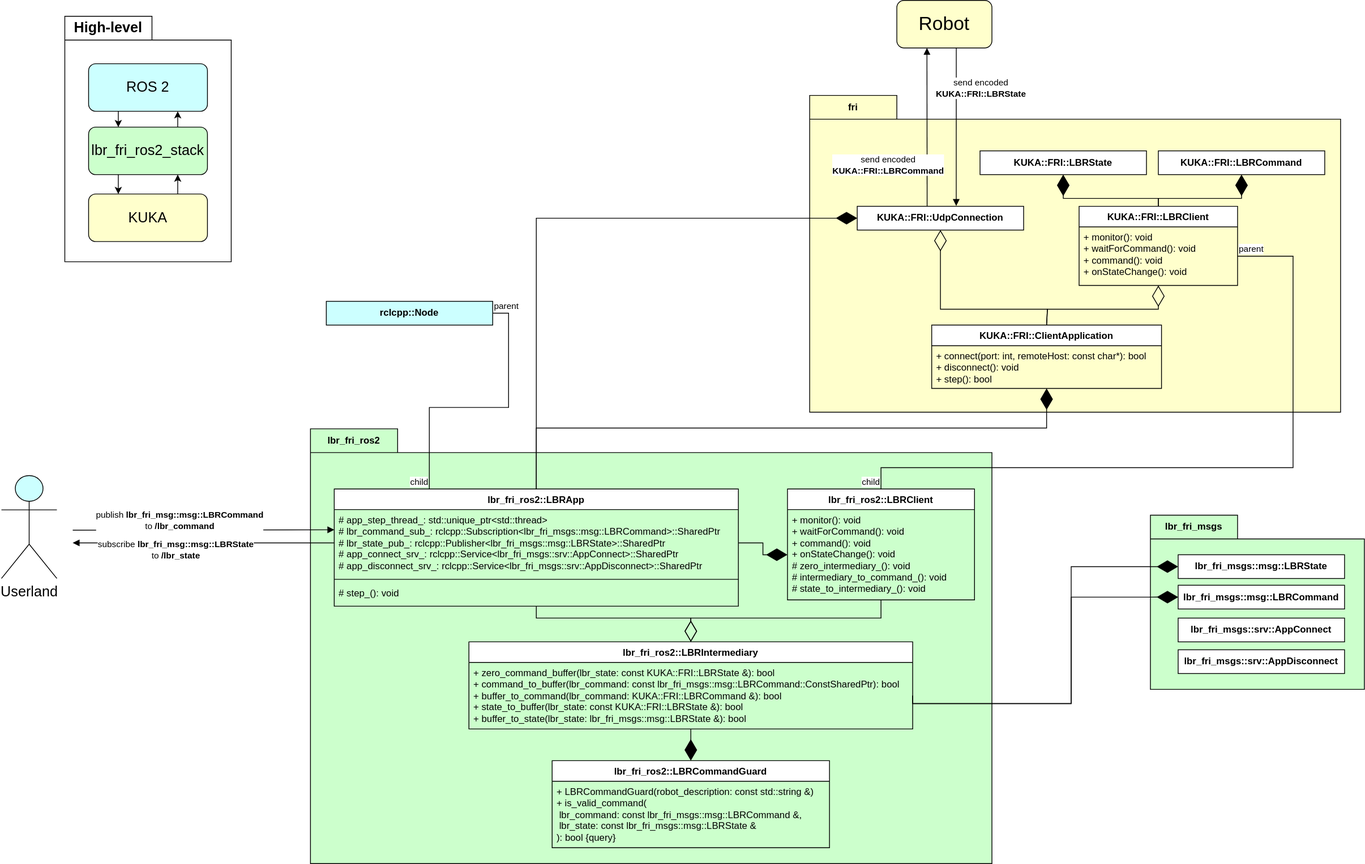
The draw.io diagram lbr_fri_ros2/doc/img/lbr_fri_ros2.drawio.svg in lbr-stack/lbr_fri_ros2_stack, before a commit. Source tidied: cells renumbered, new cells last; positions are measured from the earlier drawing's top-left corner, leaving out a move shared by most shapes.
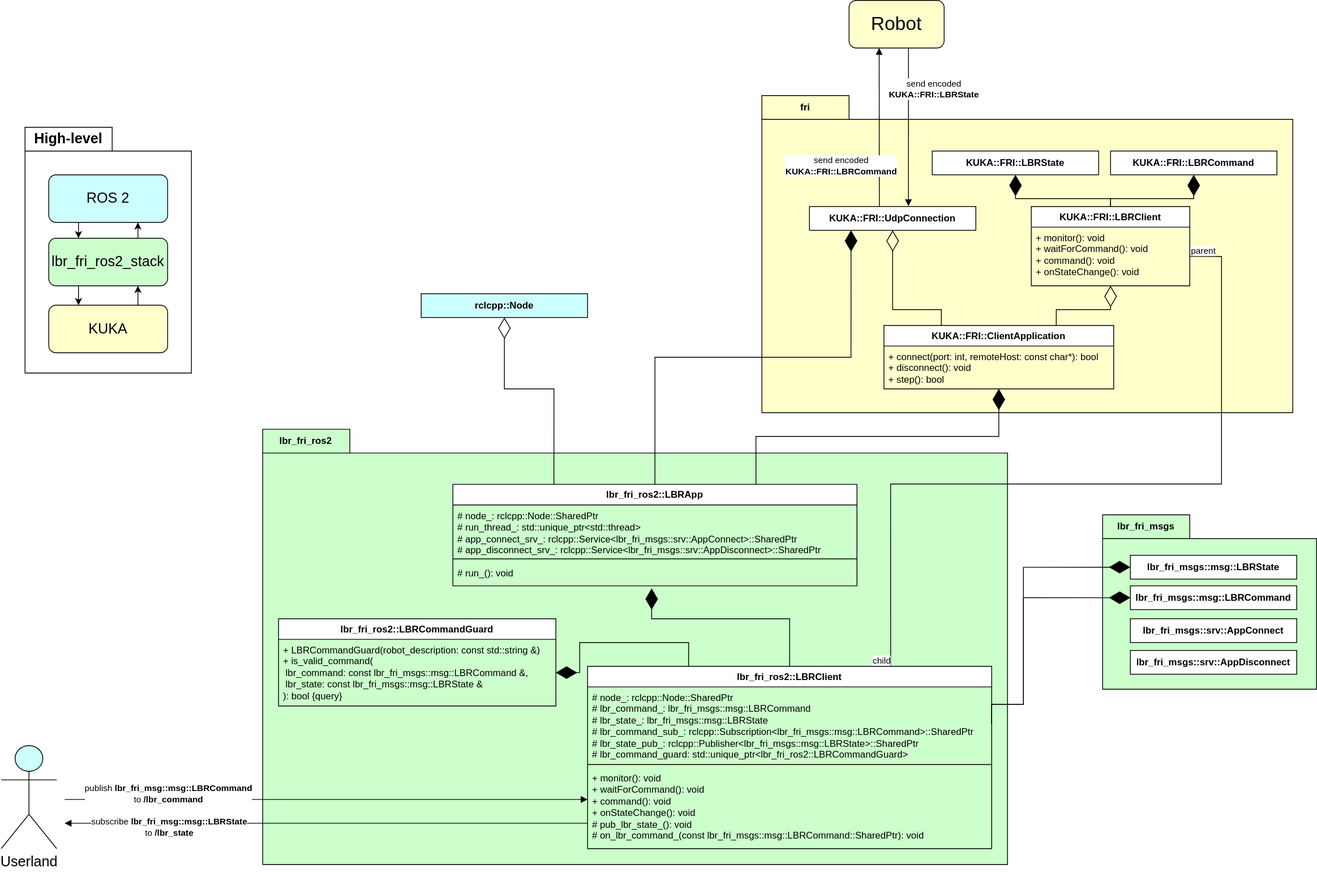
Later version of the same file.

What changed in the source:
```diff
@@ -5,6 +5,6 @@
     <mxCell id="2" value="lbr_fri_msgs" style="shape=folder;fontStyle=1;tabWidth=110;tabHeight=30;tabPosition=left;html=1;boundedLbl=1;labelInHeader=1;whiteSpace=wrap;fillColor=#CCFFCC;" parent="1" vertex="1">
-      <mxGeometry x="1450" y="650" width="270" height="220" as="geometry" />
+      <mxGeometry x="1450" y="649" width="270" height="220" as="geometry" />
     </mxCell>
     <mxCell id="3" value="lbr_fri_ros2" style="shape=folder;fontStyle=1;tabWidth=110;tabHeight=30;tabPosition=left;html=1;boundedLbl=1;labelInHeader=1;whiteSpace=wrap;fillColor=#CCFFCC;" parent="1" vertex="1">
-      <mxGeometry x="390" y="541" width="860" height="549" as="geometry" />
+      <mxGeometry x="390" y="541" width="940" height="549" as="geometry" />
     </mxCell>
@@ -35,7 +35,6 @@
     </mxCell>
-    <mxCell id="11" style="endArrow=diamondThin;endFill=0;endSize=24;html=1;rounded=0;entryX=0.5;entryY=1;entryDx=0;entryDy=0;exitX=0.5;exitY=0;exitDx=0;exitDy=0;edgeStyle=orthogonalEdgeStyle;" parent="5" edge="1" source="21" target="10">
+    <mxCell id="11" style="endArrow=diamondThin;endFill=0;endSize=24;html=1;rounded=0;entryX=0.5;entryY=1;entryDx=0;entryDy=0;exitX=0.25;exitY=0;exitDx=0;exitDy=0;edgeStyle=orthogonalEdgeStyle;" parent="5" edge="1" source="21" target="10">
       <mxGeometry relative="1" as="geometry">
         <Array as="points">
-          <mxPoint x="300" y="350" />
-          <mxPoint x="300" y="330" />
+          <mxPoint x="227" y="330" />
           <mxPoint x="165" y="330" />
@@ -66,7 +65,6 @@
     </mxCell>
-    <mxCell id="16" style="endArrow=diamondThin;endFill=0;endSize=24;html=1;rounded=0;entryX=0.5;entryY=1;entryDx=0;entryDy=0;exitX=0.5;exitY=0;exitDx=0;exitDy=0;edgeStyle=orthogonalEdgeStyle;" parent="5" edge="1" source="21" target="12">
+    <mxCell id="16" style="endArrow=diamondThin;endFill=0;endSize=24;html=1;rounded=0;entryX=0.5;entryY=1;entryDx=0;entryDy=0;exitX=0.75;exitY=0;exitDx=0;exitDy=0;edgeStyle=orthogonalEdgeStyle;" parent="5" edge="1" source="21" target="12">
       <mxGeometry relative="1" as="geometry">
         <Array as="points">
-          <mxPoint x="300" y="350" />
-          <mxPoint x="300" y="330" />
+          <mxPoint x="372" y="330" />
           <mxPoint x="440" y="330" />
@@ -103,16 +101,4 @@
     </mxCell>
-    <mxCell id="23" value="lbr_fri_ros2::LBRClient" style="swimlane;fontStyle=1;align=center;verticalAlign=top;horizontal=1;startSize=26;whiteSpace=wrap;html=1;" parent="1" vertex="1">
-      <mxGeometry x="992" y="617" width="236" height="140" as="geometry" />
-    </mxCell>
-    <mxCell id="24" value="&lt;div&gt;+ monitor(): void&lt;br&gt;&lt;/div&gt;&lt;div&gt;+ waitForCommand(): void&lt;br&gt;&lt;/div&gt;&lt;div&gt;+ command(): void&lt;br&gt;&lt;/div&gt;&lt;div&gt;+ onStateChange(): void&lt;br&gt;&lt;/div&gt;&lt;div&gt;# zero_intermediary_(): void&lt;/div&gt;&lt;div&gt;# intermediary_to_command_(): void&lt;/div&gt;&lt;div&gt;# state_to_intermediary_(): void&lt;br&gt;&lt;/div&gt;" style="text;strokeColor=none;fillColor=none;align=left;verticalAlign=top;spacingLeft=4;spacingRight=4;overflow=hidden;points=[[0,0.5],[1,0.5]];portConstraint=eastwest;whiteSpace=wrap;html=1;" parent="23" vertex="1">
-      <mxGeometry y="26" width="236" height="114" as="geometry" />
-    </mxCell>
-    <mxCell id="25" value="lbr_fri_ros2::LBRIntermediary" style="swimlane;fontStyle=1;align=center;verticalAlign=top;horizontal=1;startSize=26;whiteSpace=wrap;html=1;" parent="1" vertex="1">
-      <mxGeometry x="590" y="810" width="560" height="110" as="geometry" />
-    </mxCell>
-    <mxCell id="26" value="+ zero_command_buffer(lbr_state: const KUKA::FRI::LBRState &amp;amp;): bool&lt;div&gt;+ command_to_buffer(lbr_command: const lbr_fri_msgs::msg::LBRCommand::ConstSharedPtr): bool&lt;/div&gt;&lt;div&gt;+ buffer_to_command(lbr_command: KUKA::FRI::LBRCommand &amp;amp;): bool&lt;/div&gt;&lt;div&gt;+ state_to_buffer(lbr_state: const KUKA::FRI::LBRState &amp;amp;): bool&lt;/div&gt;&lt;div&gt;+ buffer_to_state(lbr_state: lbr_fri_msgs::msg::LBRState &amp;amp;): bool&lt;br&gt;&lt;/div&gt;" style="text;strokeColor=none;fillColor=none;align=left;verticalAlign=top;spacingLeft=4;spacingRight=4;overflow=hidden;points=[[0,0.5],[1,0.5]];portConstraint=eastwest;whiteSpace=wrap;html=1;" parent="25" vertex="1">
-      <mxGeometry y="26" width="560" height="84" as="geometry" />
-    </mxCell>
     <mxCell id="27" value="lbr_fri_ros2::LBRCommandGuard" style="swimlane;fontStyle=1;align=center;verticalAlign=top;horizontal=1;startSize=26;whiteSpace=wrap;html=1;" parent="1" vertex="1">
-      <mxGeometry x="695" y="960" width="350" height="110" as="geometry" />
+      <mxGeometry x="410" y="780" width="350" height="110" as="geometry" />
     </mxCell>
@@ -121,8 +107,8 @@
     </mxCell>
-    <mxCell id="29" style="endArrow=none;html=1;edgeStyle=orthogonalEdgeStyle;rounded=0;entryX=0.5;entryY=0;entryDx=0;entryDy=0;exitX=1;exitY=0.5;exitDx=0;exitDy=0;" parent="1" edge="1" source="13" target="23">
+    <mxCell id="29" style="endArrow=none;html=1;edgeStyle=orthogonalEdgeStyle;rounded=0;entryX=0.75;entryY=0;entryDx=0;entryDy=0;exitX=1;exitY=0.5;exitDx=0;exitDy=0;" parent="1" edge="1" source="13" target="23">
       <mxGeometry relative="1" as="geometry">
         <Array as="points">
-          <mxPoint x="1630" y="323" />
-          <mxPoint x="1630" y="590" />
-          <mxPoint x="1110" y="590" />
+          <mxPoint x="1600" y="323" />
+          <mxPoint x="1600" y="610" />
+          <mxPoint x="1183" y="610" />
         </Array>
@@ -136,10 +122,10 @@
     </mxCell>
-    <mxCell id="32" style="endArrow=diamondThin;endFill=1;endSize=24;html=1;rounded=0;exitX=0.5;exitY=0;exitDx=0;exitDy=0;edgeStyle=orthogonalEdgeStyle;entryX=0;entryY=0.5;entryDx=0;entryDy=0;" parent="1" edge="1" source="44" target="10">
+    <mxCell id="32" style="endArrow=diamondThin;endFill=1;endSize=24;html=1;rounded=0;exitX=0.5;exitY=0;exitDx=0;exitDy=0;edgeStyle=orthogonalEdgeStyle;entryX=0.25;entryY=1;entryDx=0;entryDy=0;" parent="1" edge="1" source="44" target="10">
       <mxGeometry relative="1" as="geometry" />
     </mxCell>
-    <mxCell id="33" style="endArrow=diamondThin;endFill=1;endSize=24;html=1;rounded=0;exitX=0.5;exitY=0;exitDx=0;exitDy=0;edgeStyle=orthogonalEdgeStyle;entryX=0.5;entryY=1;entryDx=0;entryDy=0;" parent="1" edge="1" source="44" target="21">
+    <mxCell id="33" style="endArrow=diamondThin;endFill=1;endSize=24;html=1;rounded=0;exitX=0.75;exitY=0;exitDx=0;exitDy=0;edgeStyle=orthogonalEdgeStyle;entryX=0.5;entryY=1;entryDx=0;entryDy=0;" parent="1" edge="1" source="44" target="21">
       <mxGeometry relative="1" as="geometry">
         <Array as="points">
-          <mxPoint x="675" y="540" />
-          <mxPoint x="1319" y="540" />
+          <mxPoint x="1013" y="550" />
+          <mxPoint x="1319" y="550" />
         </Array>
@@ -147,25 +133,3 @@
     </mxCell>
-    <mxCell id="34" style="endArrow=diamondThin;endFill=1;endSize=24;html=1;rounded=0;exitX=1;exitY=0.5;exitDx=0;exitDy=0;entryX=0;entryY=0.5;entryDx=0;entryDy=0;edgeStyle=orthogonalEdgeStyle;" parent="1" edge="1" source="45" target="24">
-      <mxGeometry relative="1" as="geometry" />
-    </mxCell>
-    <mxCell id="35" style="endArrow=diamondThin;endFill=1;endSize=24;html=1;rounded=0;exitX=0.5;exitY=1;exitDx=0;exitDy=0;entryX=0.5;entryY=0;entryDx=0;entryDy=0;" parent="1" edge="1" source="25" target="27">
-      <mxGeometry relative="1" as="geometry" />
-    </mxCell>
-    <mxCell id="36" style="endArrow=diamondThin;endFill=0;endSize=24;html=1;rounded=0;entryX=0.5;entryY=0;entryDx=0;entryDy=0;exitX=0.5;exitY=1;exitDx=0;exitDy=0;edgeStyle=orthogonalEdgeStyle;" parent="1" edge="1" source="23" target="25">
-      <mxGeometry relative="1" as="geometry">
-        <Array as="points">
-          <mxPoint x="1110" y="780" />
-          <mxPoint x="870" y="780" />
-        </Array>
-      </mxGeometry>
-    </mxCell>
-    <mxCell id="37" style="endArrow=diamondThin;endFill=0;endSize=24;html=1;rounded=0;exitX=0.5;exitY=1;exitDx=0;exitDy=0;edgeStyle=orthogonalEdgeStyle;entryX=0.5;entryY=0;entryDx=0;entryDy=0;" parent="1" edge="1" source="44" target="25">
-      <mxGeometry relative="1" as="geometry">
-        <Array as="points">
-          <mxPoint x="675" y="780" />
-          <mxPoint x="870" y="780" />
-        </Array>
-      </mxGeometry>
-    </mxCell>
-    <mxCell id="38" style="endArrow=diamondThin;endFill=1;endSize=24;html=1;rounded=0;exitX=1;exitY=0.5;exitDx=0;exitDy=0;edgeStyle=orthogonalEdgeStyle;entryX=0;entryY=0.5;entryDx=0;entryDy=0;" parent="1" edge="1" source="26" target="56">
+    <mxCell id="38" style="endArrow=diamondThin;endFill=1;endSize=24;html=1;rounded=0;exitX=1;exitY=0.5;exitDx=0;exitDy=0;edgeStyle=orthogonalEdgeStyle;entryX=0;entryY=0.5;entryDx=0;entryDy=0;" parent="1" edge="1" source="70" target="56">
       <mxGeometry relative="1" as="geometry">
@@ -177,3 +141,3 @@
     </mxCell>
-    <mxCell id="39" style="endArrow=diamondThin;endFill=1;endSize=24;html=1;rounded=0;exitX=1;exitY=0.5;exitDx=0;exitDy=0;edgeStyle=orthogonalEdgeStyle;entryX=0;entryY=0.5;entryDx=0;entryDy=0;" parent="1" edge="1" source="26" target="55">
+    <mxCell id="39" style="endArrow=diamondThin;endFill=1;endSize=24;html=1;rounded=0;edgeStyle=orthogonalEdgeStyle;entryX=0;entryY=0.5;entryDx=0;entryDy=0;exitX=1;exitY=0.5;exitDx=0;exitDy=0;" parent="1" edge="1" source="70" target="55">
       <mxGeometry relative="1" as="geometry">
@@ -185,37 +149,21 @@
     </mxCell>
-    <mxCell id="40" style="endArrow=none;html=1;edgeStyle=orthogonalEdgeStyle;rounded=0;entryX=0.235;entryY=-0.001;entryDx=0;entryDy=0;exitX=1;exitY=0.5;exitDx=0;exitDy=0;entryPerimeter=0;" parent="1" edge="1" source="43" target="44">
-      <mxGeometry relative="1" as="geometry">
-        <Array as="points">
-          <mxPoint x="640" y="395" />
-          <mxPoint x="640" y="514" />
-          <mxPoint x="540" y="514" />
-          <mxPoint x="540" y="620" />
-        </Array>
-      </mxGeometry>
-    </mxCell>
-    <mxCell id="41" value="parent" style="edgeLabel;html=1;align=left;verticalAlign=bottom;" parent="40" vertex="1">
-      <mxGeometry x="-1" relative="1" as="geometry" />
-    </mxCell>
-    <mxCell id="42" value="child" style="edgeLabel;html=1;align=right;verticalAlign=bottom;" parent="40" vertex="1">
-      <mxGeometry x="1" relative="1" as="geometry" />
-    </mxCell>
     <mxCell id="43" value="&lt;b&gt;rclcpp::Node&lt;/b&gt;" style="rounded=0;whiteSpace=wrap;html=1;fillColor=#CCFFFF;" parent="1" vertex="1">
-      <mxGeometry x="410" y="380" width="210" height="30" as="geometry" />
+      <mxGeometry x="590" y="370" width="210" height="30" as="geometry" />
     </mxCell>
     <mxCell id="44" value="lbr_fri_ros2::LBRApp" style="swimlane;fontStyle=1;align=center;verticalAlign=top;horizontal=1;startSize=26;whiteSpace=wrap;html=1;fillColor=#FFFFFF;" parent="1" vertex="1">
-      <mxGeometry x="420" y="617" width="510" height="148" as="geometry" />
+      <mxGeometry x="630" y="610.5" width="510" height="128" as="geometry" />
     </mxCell>
-    <mxCell id="45" value="&lt;div&gt;# app_step_thread_: std::unique_ptr&amp;lt;std::thread&amp;gt;&lt;/div&gt;&lt;div&gt;# lbr_command_sub_: rclcpp::Subscription&amp;lt;lbr_fri_msgs::msg::LBRCommand&amp;gt;::SharedPtr&lt;/div&gt;&lt;div&gt;# lbr_state_pub_: rclcpp::Publisher&amp;lt;lbr_fri_msgs::msg::LBRState&amp;gt;::SharedPtr&lt;/div&gt;&lt;div&gt;# app_connect_srv_: rclcpp::Service&amp;lt;lbr_fri_msgs::srv::AppConnect&amp;gt;::SharedPtr&lt;/div&gt;&lt;div&gt;# app_disconnect_srv_: rclcpp::Service&amp;lt;lbr_fri_msgs::srv::AppDisconnect&amp;gt;::SharedPtr&lt;/div&gt;" style="text;strokeColor=none;fillColor=none;align=left;verticalAlign=top;spacingLeft=4;spacingRight=4;overflow=hidden;points=[[0,0.5],[1,0.5]];portConstraint=eastwest;whiteSpace=wrap;html=1;" parent="44" vertex="1">
-      <mxGeometry y="26" width="510" height="84" as="geometry" />
+    <mxCell id="45" value="&lt;div&gt;# node_: rclcpp::Node::SharedPtr&lt;br&gt;&lt;/div&gt;&lt;div&gt;# run_thread_: std::unique_ptr&amp;lt;std::thread&amp;gt;&lt;/div&gt;&lt;div&gt;# app_connect_srv_: rclcpp::Service&amp;lt;lbr_fri_msgs::srv::AppConnect&amp;gt;::SharedPtr&lt;/div&gt;&lt;div&gt;# app_disconnect_srv_: rclcpp::Service&amp;lt;lbr_fri_msgs::srv::AppDisconnect&amp;gt;::SharedPtr&lt;/div&gt;" style="text;strokeColor=none;fillColor=none;align=left;verticalAlign=top;spacingLeft=4;spacingRight=4;overflow=hidden;points=[[0,0.5],[1,0.5]];portConstraint=eastwest;whiteSpace=wrap;html=1;" parent="44" vertex="1">
+      <mxGeometry y="26" width="510" height="64" as="geometry" />
     </mxCell>
     <mxCell id="46" style="line;strokeWidth=1;fillColor=none;align=left;verticalAlign=middle;spacingTop=-1;spacingLeft=3;spacingRight=3;labelPosition=right;strokeColor=inherit;" parent="44" vertex="1">
-      <mxGeometry y="110" width="510" height="8" as="geometry" />
+      <mxGeometry y="90" width="510" height="8" as="geometry" />
     </mxCell>
-    <mxCell id="47" value="&lt;div&gt;# step_(): void&lt;/div&gt;&lt;div&gt;&lt;table class=&quot;highlight tab-size js-file-line-container js-code-nav-container js-tagsearch-file&quot;&gt;&lt;tbody&gt;&lt;tr&gt;&lt;td class=&quot;blob-code blob-code-inner js-file-line&quot; id=&quot;LC77&quot;&gt;&lt;br&gt;&lt;/td&gt;&lt;/tr&gt;&lt;tr&gt;&lt;/tr&gt;&lt;/tbody&gt;&lt;/table&gt;&lt;/div&gt;" style="text;strokeColor=none;fillColor=none;align=left;verticalAlign=top;spacingLeft=4;spacingRight=4;overflow=hidden;points=[[0,0.5],[1,0.5]];portConstraint=eastwest;whiteSpace=wrap;html=1;" parent="44" vertex="1">
-      <mxGeometry y="118" width="510" height="30" as="geometry" />
+    <mxCell id="47" value="&lt;div&gt;# run_(): void&lt;/div&gt;&lt;div&gt;&lt;table class=&quot;highlight tab-size js-file-line-container js-code-nav-container js-tagsearch-file&quot;&gt;&lt;tbody&gt;&lt;tr&gt;&lt;td class=&quot;blob-code blob-code-inner js-file-line&quot; id=&quot;LC77&quot;&gt;&lt;br&gt;&lt;/td&gt;&lt;/tr&gt;&lt;tr&gt;&lt;/tr&gt;&lt;/tbody&gt;&lt;/table&gt;&lt;/div&gt;" style="text;strokeColor=none;fillColor=none;align=left;verticalAlign=top;spacingLeft=4;spacingRight=4;overflow=hidden;points=[[0,0.5],[1,0.5]];portConstraint=eastwest;whiteSpace=wrap;html=1;" parent="44" vertex="1">
+      <mxGeometry y="98" width="510" height="30" as="geometry" />
     </mxCell>
-    <mxCell id="48" style="html=1;verticalAlign=bottom;labelBackgroundColor=none;endArrow=block;endFill=1;rounded=0;exitX=0.382;exitY=0.001;exitDx=0;exitDy=0;exitPerimeter=0;" parent="1" edge="1">
+    <mxCell id="48" style="html=1;verticalAlign=bottom;labelBackgroundColor=none;endArrow=block;endFill=1;rounded=0;" parent="1" edge="1">
       <mxGeometry relative="1" as="geometry">
-        <mxPoint x="420" y="685" as="sourcePoint" />
-        <mxPoint x="90" y="685" as="targetPoint" />
+        <mxPoint x="800" y="1038" as="sourcePoint" />
+        <mxPoint x="140" y="1038" as="targetPoint" />
       </mxGeometry>
@@ -224,3 +172,3 @@
       <mxGeometry x="0.21" y="-2" relative="1" as="geometry">
-        <mxPoint y="11" as="offset" />
+        <mxPoint x="-129" y="6" as="offset" />
       </mxGeometry>
@@ -229,4 +177,4 @@
       <mxGeometry relative="1" as="geometry">
-        <mxPoint x="90" y="669" as="sourcePoint" />
-        <mxPoint x="420" y="668.5" as="targetPoint" />
+        <mxPoint x="140" y="1008" as="sourcePoint" />
+        <mxPoint x="800" y="1008" as="targetPoint" />
       </mxGeometry>
@@ -235,3 +183,3 @@
       <mxGeometry x="0.21" y="-2" relative="1" as="geometry">
-        <mxPoint x="-66" y="-14" as="offset" />
+        <mxPoint x="-270" y="-10" as="offset" />
       </mxGeometry>
@@ -256,3 +204,3 @@
     <mxCell id="57" value="&lt;font style=&quot;font-size: 18px;&quot;&gt;Userland&lt;/font&gt;" style="shape=umlActor;verticalLabelPosition=bottom;verticalAlign=top;html=1;fillColor=#CCFFFF;" parent="1" vertex="1">
-      <mxGeometry y="600" width="70" height="130" as="geometry" />
+      <mxGeometry x="60" y="940" width="70" height="130" as="geometry" />
     </mxCell>
@@ -262,3 +210,3 @@
     <mxCell id="59" style="group;" parent="1" vertex="1">
-      <mxGeometry x="80" y="20" width="210" height="310" as="geometry" />
+      <mxGeometry x="90" y="160" width="210" height="310" as="geometry" />
     </mxCell>
@@ -288,2 +236,39 @@
     </mxCell>
+    <mxCell id="68" style="endArrow=diamondThin;endFill=1;endSize=24;html=1;rounded=0;edgeStyle=orthogonalEdgeStyle;exitX=0.25;exitY=0;exitDx=0;exitDy=0;entryX=1;entryY=0.5;entryDx=0;entryDy=0;" parent="1" edge="1" source="23" target="28">
+      <mxGeometry relative="1" as="geometry">
+        <Array as="points">
+          <mxPoint x="928" y="810" />
+          <mxPoint x="790" y="810" />
+          <mxPoint x="790" y="848" />
+        </Array>
+      </mxGeometry>
+    </mxCell>
+    <mxCell id="69" style="endArrow=diamondThin;endFill=0;endSize=24;html=1;rounded=0;exitX=0.25;exitY=0;exitDx=0;exitDy=0;edgeStyle=orthogonalEdgeStyle;entryX=0.5;entryY=1;entryDx=0;entryDy=0;" parent="1" edge="1" source="44" target="43">
+      <mxGeometry relative="1" as="geometry">
+        <Array as="points">
+          <mxPoint x="758" y="490" />
+          <mxPoint x="695" y="490" />
+        </Array>
+      </mxGeometry>
+    </mxCell>
+    <mxCell id="23" value="lbr_fri_ros2::LBRClient" style="swimlane;fontStyle=1;align=center;verticalAlign=top;horizontal=1;startSize=26;whiteSpace=wrap;html=1;" parent="1" vertex="1">
+      <mxGeometry x="800" y="840" width="510" height="230" as="geometry" />
+    </mxCell>
+    <mxCell id="70" value="&lt;div&gt;&lt;div&gt;# node_: rclcpp::Node::SharedPtr&lt;/div&gt;&lt;div&gt;# lbr_command_: lbr_fri_msgs::msg::LBRCommand&lt;/div&gt;&lt;div&gt;# lbr_state_: lbr_fri_msgs::msg::LBRState&lt;/div&gt;&lt;/div&gt;&lt;div&gt;# lbr_command_sub_: rclcpp::Subscription&amp;lt;lbr_fri_msgs::msg::LBRCommand&amp;gt;::SharedPtr&lt;/div&gt;&lt;div&gt;# lbr_state_pub_: rclcpp::Publisher&amp;lt;lbr_fri_msgs::msg::LBRState&amp;gt;::SharedPtr&lt;/div&gt;&lt;div&gt;# lbr_command_guard: std::unique_ptr&amp;lt;lbr_fri_ros2::LBRCommandGuard&amp;gt;&lt;br&gt;&lt;/div&gt;" style="text;strokeColor=none;fillColor=none;align=left;verticalAlign=top;spacingLeft=4;spacingRight=4;overflow=hidden;points=[[0,0.5],[1,0.5]];portConstraint=eastwest;whiteSpace=wrap;html=1;" parent="23" vertex="1">
+      <mxGeometry y="26" width="510" height="94" as="geometry" />
+    </mxCell>
+    <mxCell id="71" style="line;strokeWidth=1;fillColor=none;align=left;verticalAlign=middle;spacingTop=-1;spacingLeft=3;spacingRight=3;labelPosition=right;strokeColor=inherit;" parent="23" vertex="1">
+      <mxGeometry y="120" width="510" height="8" as="geometry" />
+    </mxCell>
+    <mxCell id="72" value="&lt;div&gt;+ monitor(): void&lt;br&gt;&lt;/div&gt;&lt;div&gt;+ waitForCommand(): void&lt;br&gt;&lt;/div&gt;&lt;div&gt;+ command(): void&lt;br&gt;&lt;/div&gt;&lt;div&gt;+ onStateChange(): void&lt;/div&gt;&lt;div&gt;# pub_lbr_state_(): void&lt;br&gt;# on_lbr_command_(const lbr_fri_msgs::msg::LBRCommand::SharedPtr): void&lt;br&gt;&lt;/div&gt;" style="text;strokeColor=none;fillColor=none;align=left;verticalAlign=top;spacingLeft=4;spacingRight=4;overflow=hidden;whiteSpace=wrap;html=1;" parent="23" vertex="1">
+      <mxGeometry y="128" width="510" height="102" as="geometry" />
+    </mxCell>
+    <mxCell id="73" style="endArrow=diamondThin;endFill=1;endSize=24;html=1;rounded=0;entryX=0.492;entryY=1.107;entryDx=0;entryDy=0;edgeStyle=orthogonalEdgeStyle;exitX=0.5;exitY=0;exitDx=0;exitDy=0;entryPerimeter=0;" parent="1" edge="1" source="23" target="47">
+      <mxGeometry relative="1" as="geometry">
+        <Array as="points">
+          <mxPoint x="965" y="780" />
+          <mxPoint x="811" y="780" />
+        </Array>
+      </mxGeometry>
+    </mxCell>
   </root>
```
